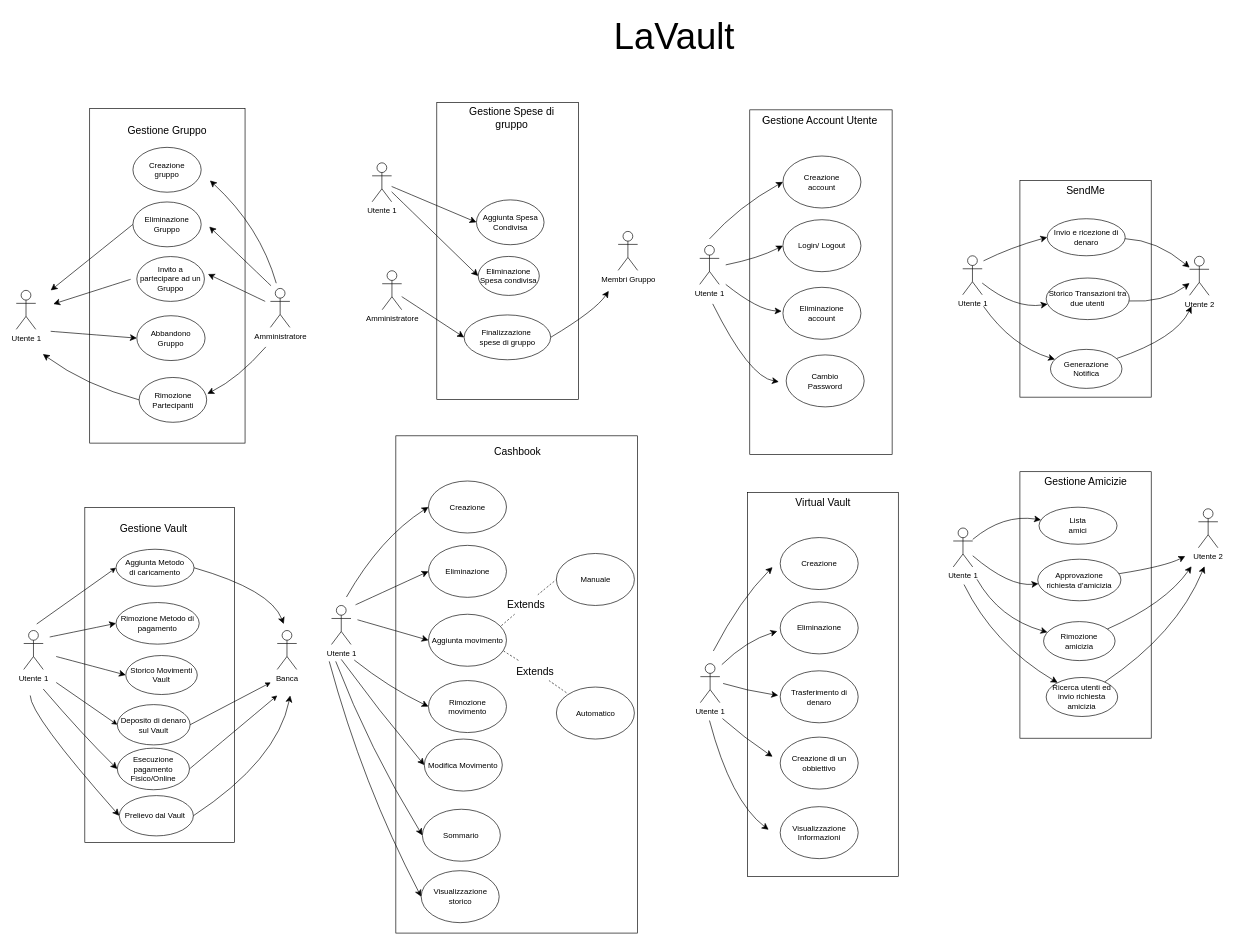
Above: docs/Casi d'uso/lavault-usecase-uml.drawio in IngSW-unipv/Progetto-N25 (draw.io), before the change. Source tidied: cells renumbered, new cells numbered last; positions are measured from the earlier drawing's top-left corner, leaving out a move shared by most shapes. Both pictures are drawn from the tidied source at 65%, with x=0, y=0 at pixel (16, 11).
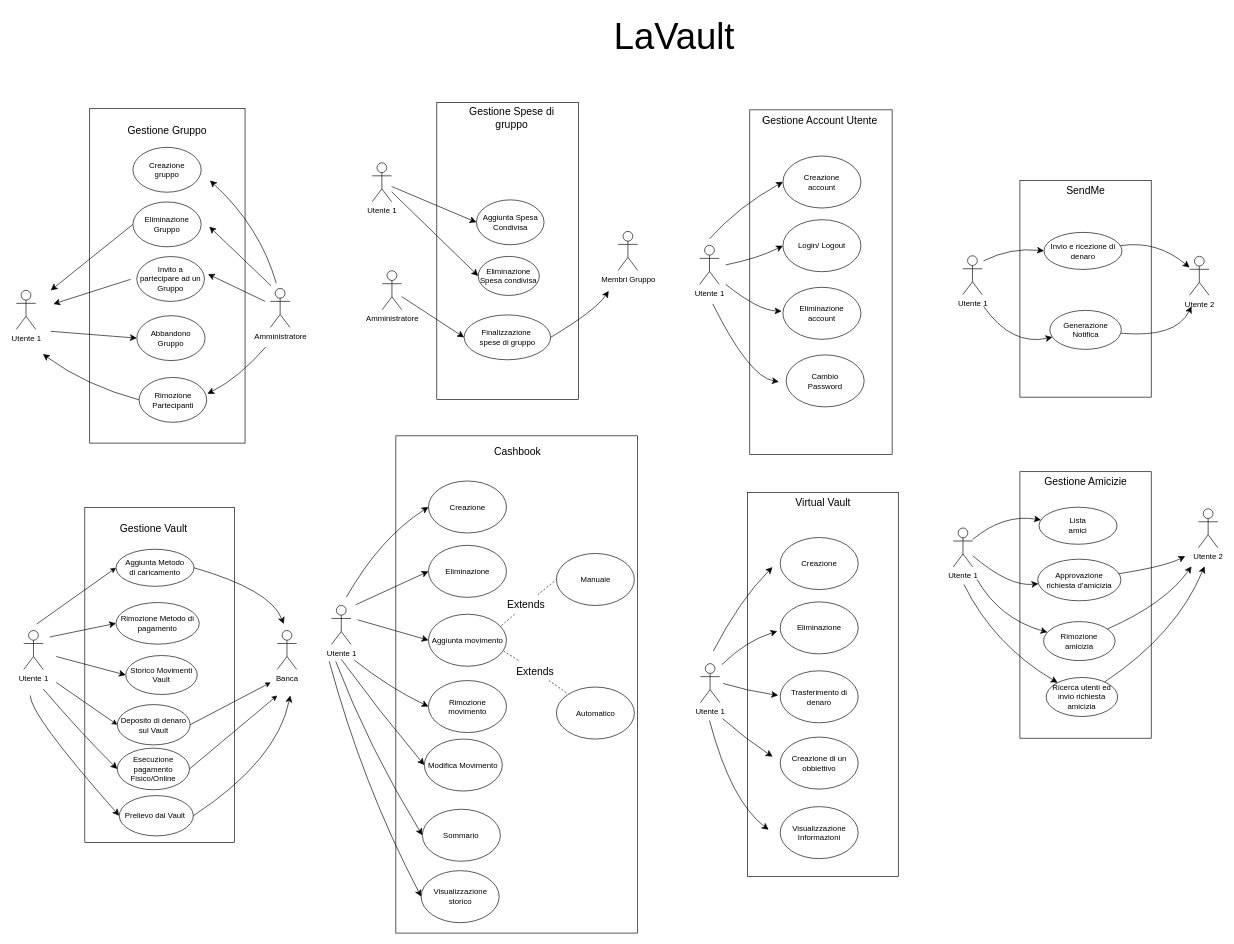
After the change.

Unchanged cells that the change refers to:
```xml
<mxCell id="6" value="Utente 1" style="shape=umlActor;verticalLabelPosition=bottom;verticalAlign=top;html=1;outlineConnect=0;" parent="1" vertex="1">
  <mxGeometry x="1456.6" y="376" width="30" height="60" as="geometry" />
</mxCell>
<mxCell id="14" value="Utente 2" style="shape=umlActor;verticalLabelPosition=bottom;verticalAlign=top;html=1;outlineConnect=0;" parent="1" vertex="1">
  <mxGeometry x="1805.6" y="376.8" width="30" height="60" as="geometry" />
</mxCell>
```

Diff of the diagram source:
```diff
@@
-    <mxCell id="4" style="edgeStyle=none;curved=1;rounded=0;jettySize=auto;html=1;fontSize=12;startSize=8;endSize=8;" parent="1" edge="1" source="6" target="11">
-      <mxGeometry relative="1" as="geometry">
-        <Array as="points">
-          <mxPoint x="1536.6" y="458" />
-        </Array>
-      </mxGeometry>
-    </mxCell>
@@
     <mxCell id="9" value="Invio e ricezione di denaro" style="ellipse;whiteSpace=wrap;html=1;" parent="1" vertex="1">
-      <mxGeometry x="1586.6" y="319" width="120" height="57" as="geometry" />
+      <mxGeometry x="1581.6" y="340" width="120" height="57" as="geometry" />
     </mxCell>
-    <mxCell id="10" style="edgeStyle=none;curved=1;rounded=0;jettySize=auto;html=1;fontSize=12;startSize=8;endSize=8;" parent="1" edge="1" source="11" target="14">
-      <mxGeometry relative="1" as="geometry">
-        <Array as="points">
-          <mxPoint x="1764.6" y="449" />
-        </Array>
-      </mxGeometry>
-    </mxCell>
-    <mxCell id="11" value="Storico Transazioni tra due utenti" style="ellipse;whiteSpace=wrap;html=1;" parent="1" vertex="1">
-      <mxGeometry x="1585" y="410.2" width="128" height="64" as="geometry" />
-    </mxCell>
@@
     <mxCell id="13" value="Generazione Notifica" style="ellipse;whiteSpace=wrap;html=1;" parent="1" vertex="1">
-      <mxGeometry x="1591.6" y="520" width="110" height="60" as="geometry" />
+      <mxGeometry x="1590.6" y="460" width="110" height="60" as="geometry" />
     </mxCell>
```
